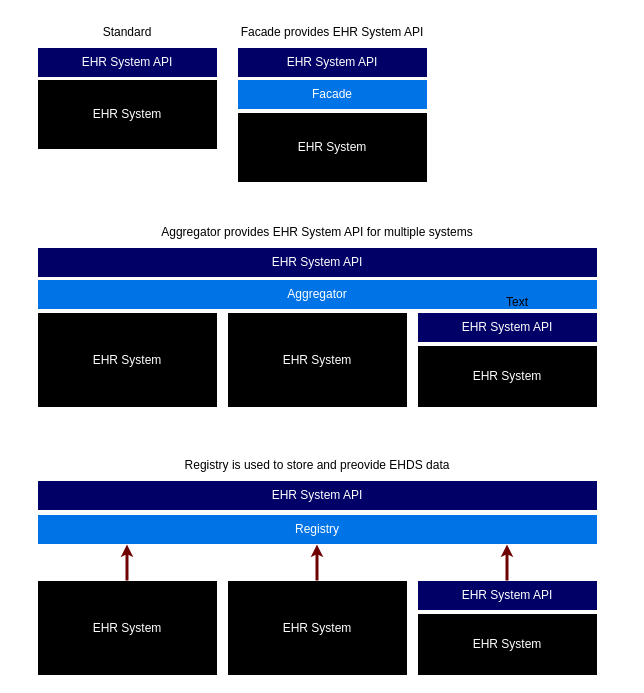
euridice-org/jwg-api keeps this draw.io diagram as images/deployment-options.drawio. Above is the earlier version. Source tidied: cells renumbered, new cells numbered last; positions are measured from the earlier drawing's top-left corner, leaving out a move shared by most shapes. Both pictures are drawn from the tidied source at 100%, with x=0, y=0 at pixel (37, 17).
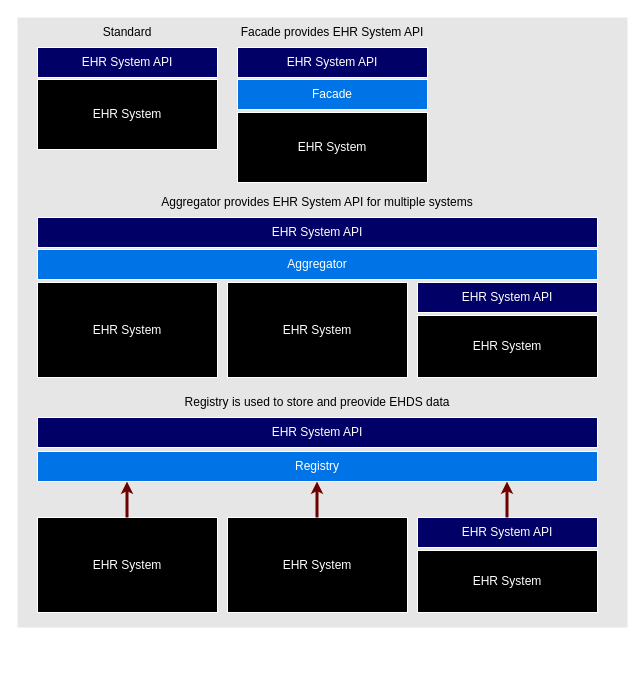
The same page after the edit.

The edit, as a diff of the source:
```diff
@@
+    <mxCell id="27" style="whiteSpace=wrap;html=1;fillColor=#E6E6E6;strokeColor=none;" parent="1" vertex="1">
+      <mxGeometry x="-20" width="610" height="610" as="geometry" />
+    </mxCell>
@@
     <mxCell id="7" value="&lt;font color=&quot;#ffffff&quot;&gt;EHR System API&lt;/font&gt;" style="whiteSpace=wrap;html=1;strokeColor=#FFFFFF;fillColor=#000066;" parent="1" vertex="1">
-      <mxGeometry y="230" width="560" height="30" as="geometry" />
+      <mxGeometry y="200" width="560" height="30" as="geometry" />
     </mxCell>
     <mxCell id="8" value="&lt;font color=&quot;#ffffff&quot;&gt;EHR System&lt;/font&gt;" style="whiteSpace=wrap;html=1;strokeColor=#FFFFFF;fillColor=#000000;" parent="1" vertex="1">
-      <mxGeometry y="295" width="180" height="95" as="geometry" />
+      <mxGeometry y="265" width="180" height="95" as="geometry" />
     </mxCell>
     <mxCell id="9" value="&lt;font color=&quot;#ffffff&quot;&gt;Aggregator&lt;/font&gt;" style="whiteSpace=wrap;html=1;strokeColor=#FFFFFF;fillColor=#0074E6;" parent="1" vertex="1">
-      <mxGeometry y="262" width="560" height="30" as="geometry" />
+      <mxGeometry y="232" width="560" height="30" as="geometry" />
     </mxCell>
     <mxCell id="10" value="&lt;font color=&quot;#ffffff&quot;&gt;EHR System&lt;/font&gt;" style="whiteSpace=wrap;html=1;strokeColor=#FFFFFF;fillColor=#000000;" parent="1" vertex="1">
-      <mxGeometry x="190" y="295" width="180" height="95" as="geometry" />
+      <mxGeometry x="190" y="265" width="180" height="95" as="geometry" />
     </mxCell>
     <mxCell id="11" value="&lt;font color=&quot;#ffffff&quot;&gt;EHR System&lt;/font&gt;" style="whiteSpace=wrap;html=1;strokeColor=#FFFFFF;fillColor=#000000;" parent="1" vertex="1">
-      <mxGeometry x="380" y="328" width="180" height="62" as="geometry" />
+      <mxGeometry x="380" y="298" width="180" height="62" as="geometry" />
     </mxCell>
     <mxCell id="12" value="&lt;font color=&quot;#ffffff&quot;&gt;EHR System API&lt;/font&gt;" style="whiteSpace=wrap;html=1;strokeColor=#FFFFFF;fillColor=#000066;" parent="1" vertex="1">
-      <mxGeometry x="380" y="295" width="180" height="30" as="geometry" />
+      <mxGeometry x="380" y="265" width="180" height="30" as="geometry" />
     </mxCell>
     <mxCell id="13" value="&lt;font color=&quot;#ffffff&quot;&gt;EHR System API&lt;/font&gt;" style="whiteSpace=wrap;html=1;strokeColor=#FFFFFF;fillColor=#000066;" parent="1" vertex="1">
-      <mxGeometry y="463" width="560" height="30" as="geometry" />
+      <mxGeometry y="400" width="560" height="30" as="geometry" />
     </mxCell>
     <mxCell id="14" value="&lt;font color=&quot;#ffffff&quot;&gt;EHR System&lt;/font&gt;" style="whiteSpace=wrap;html=1;strokeColor=#FFFFFF;fillColor=#000000;" parent="1" vertex="1">
-      <mxGeometry y="563" width="180" height="95" as="geometry" />
+      <mxGeometry y="500" width="180" height="95" as="geometry" />
     </mxCell>
     <mxCell id="15" value="&lt;font color=&quot;#ffffff&quot;&gt;EHR System&lt;/font&gt;" style="whiteSpace=wrap;html=1;strokeColor=#FFFFFF;fillColor=#000000;" parent="1" vertex="1">
-      <mxGeometry x="190" y="563" width="180" height="95" as="geometry" />
+      <mxGeometry x="190" y="500" width="180" height="95" as="geometry" />
     </mxCell>
     <mxCell id="16" value="&lt;font color=&quot;#ffffff&quot;&gt;EHR System&lt;/font&gt;" style="whiteSpace=wrap;html=1;strokeColor=#FFFFFF;fillColor=#000000;" parent="1" vertex="1">
-      <mxGeometry x="380" y="596" width="180" height="62" as="geometry" />
+      <mxGeometry x="380" y="533" width="180" height="62" as="geometry" />
     </mxCell>
     <mxCell id="17" value="&lt;font color=&quot;#ffffff&quot;&gt;EHR System API&lt;/font&gt;" style="whiteSpace=wrap;html=1;strokeColor=#FFFFFF;fillColor=#000066;" parent="1" vertex="1">
-      <mxGeometry x="380" y="563" width="180" height="30" as="geometry" />
+      <mxGeometry x="380" y="500" width="180" height="30" as="geometry" />
     </mxCell>
     <mxCell id="18" value="&lt;font color=&quot;#ffffff&quot;&gt;Registry&lt;/font&gt;" style="whiteSpace=wrap;html=1;strokeColor=#FFFFFF;fillColor=#0074E6;" parent="1" vertex="1">
-      <mxGeometry y="497" width="560" height="30" as="geometry" />
+      <mxGeometry y="434" width="560" height="30" as="geometry" />
     </mxCell>
     <mxCell id="19" style="endArrow=classic;startArrow=none;html=1;fillColor=#a20025;strokeColor=#6F0000;strokeWidth=3;endSize=3;startSize=3;startFill=0;" parent="1" edge="1">
       <mxGeometry relative="1" as="geometry">
-        <mxPoint x="89.5" y="563" as="sourcePoint" />
-        <mxPoint x="89.5" y="527" as="targetPoint" />
+        <mxPoint x="89.5" y="500" as="sourcePoint" />
+        <mxPoint x="89.5" y="464" as="targetPoint" />
       </mxGeometry>
     </mxCell>
     <mxCell id="20" style="endArrow=classic;startArrow=none;html=1;fillColor=#a20025;strokeColor=#6F0000;strokeWidth=3;endSize=3;startSize=3;startFill=0;" parent="1" edge="1">
       <mxGeometry relative="1" as="geometry">
-        <mxPoint x="279.5" y="563" as="sourcePoint" />
-        <mxPoint x="279.5" y="527" as="targetPoint" />
+        <mxPoint x="279.5" y="500" as="sourcePoint" />
+        <mxPoint x="279.5" y="464" as="targetPoint" />
       </mxGeometry>
     </mxCell>
     <mxCell id="21" style="endArrow=classic;startArrow=none;html=1;fillColor=#a20025;strokeColor=#6F0000;strokeWidth=3;endSize=3;startSize=3;startFill=0;" parent="1" edge="1">
       <mxGeometry relative="1" as="geometry">
-        <mxPoint x="469.5" y="563" as="sourcePoint" />
-        <mxPoint x="469.5" y="527" as="targetPoint" />
+        <mxPoint x="469.5" y="500" as="sourcePoint" />
+        <mxPoint x="469.5" y="464" as="targetPoint" />
       </mxGeometry>
     </mxCell>
-    <mxCell id="22" value="Text" style="text;html=1;align=center;verticalAlign=middle;whiteSpace=wrap;rounded=0;" parent="1" vertex="1">
-      <mxGeometry x="450" y="270" width="60" height="30" as="geometry" />
-    </mxCell>
@@
     <mxCell id="25" value="Aggregator provides EHR System API for multiple systems" style="text;html=1;align=center;verticalAlign=middle;whiteSpace=wrap;rounded=0;" parent="1" vertex="1">
-      <mxGeometry y="200" width="560" height="30" as="geometry" />
+      <mxGeometry y="170" width="560" height="30" as="geometry" />
     </mxCell>
     <mxCell id="26" value="Registry is used to store and preovide EHDS data" style="text;html=1;align=center;verticalAlign=middle;whiteSpace=wrap;rounded=0;" parent="1" vertex="1">
-      <mxGeometry y="433" width="560" height="30" as="geometry" />
+      <mxGeometry y="370" width="560" height="30" as="geometry" />
     </mxCell>
```
